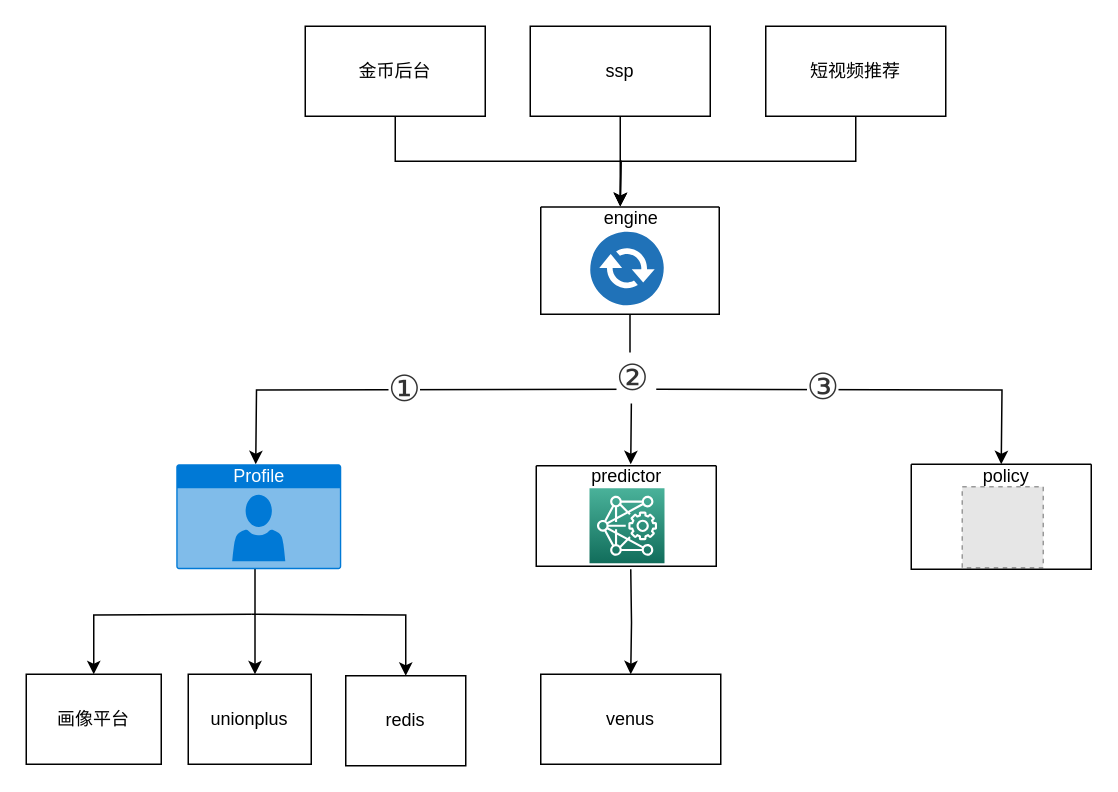
This is engineering/算法工程架构.drawio from gydong/graphs, a draw.io file, before an edit. Source tidied: cells renumbered, new cells numbered last; positions are measured from the earlier drawing's top-left corner, leaving out a move shared by most shapes. Both pictures are drawn from the tidied source at 150%, with x=0, y=0 at pixel (26, 26). Pictures stored in the file or linked from it are replaced by grey dashed boxes.
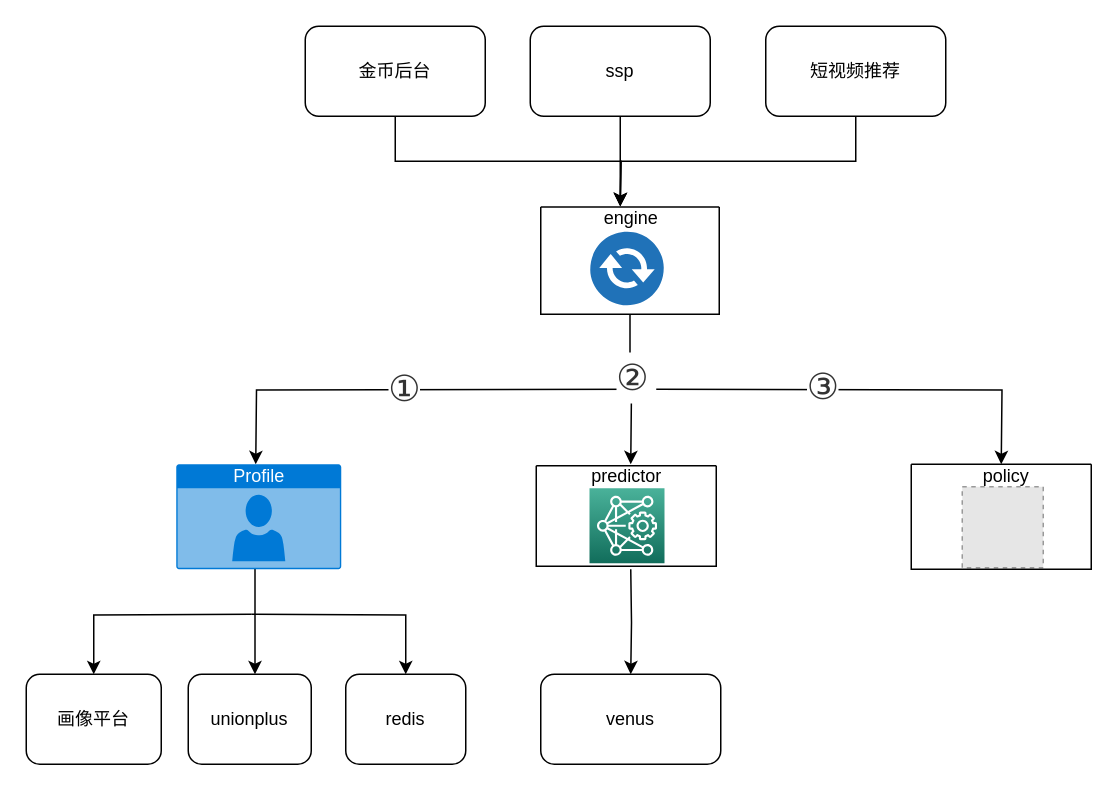
After the change.

The edit, as a diff of the source:
```diff
@@
-    <mxCell id="12" value="画像平台" style="rounded=0;whiteSpace=wrap;html=1;" parent="1" vertex="1">
+    <mxCell id="12" value="画像平台" style="rounded=1;whiteSpace=wrap;html=1;" parent="1" vertex="1">
       <mxGeometry y="432" width="90" height="60" as="geometry" />
     </mxCell>
-    <mxCell id="13" value="unionplus" style="rounded=0;whiteSpace=wrap;html=1;" parent="1" vertex="1">
+    <mxCell id="13" value="unionplus" style="rounded=1;whiteSpace=wrap;html=1;" parent="1" vertex="1">
       <mxGeometry x="108" y="432" width="82" height="60" as="geometry" />
     </mxCell>
-    <mxCell id="14" value="redis" style="rounded=0;whiteSpace=wrap;html=1;" parent="1" vertex="1">
-      <mxGeometry x="213" y="433" width="80" height="60" as="geometry" />
+    <mxCell id="14" value="redis" style="rounded=1;whiteSpace=wrap;html=1;" parent="1" vertex="1">
+      <mxGeometry x="213" y="432" width="80" height="60" as="geometry" />
     </mxCell>
@@
-    <mxCell id="16" value="金币后台" style="rounded=0;whiteSpace=wrap;html=1;" parent="1" vertex="1">
+    <mxCell id="16" value="金币后台" style="rounded=1;whiteSpace=wrap;html=1;" parent="1" vertex="1">
       <mxGeometry x="186" width="120" height="60" as="geometry" />
     </mxCell>
@@
-    <mxCell id="18" value="ssp" style="rounded=0;whiteSpace=wrap;html=1;" parent="1" vertex="1">
+    <mxCell id="18" value="ssp" style="rounded=1;whiteSpace=wrap;html=1;" parent="1" vertex="1">
       <mxGeometry x="336" width="120" height="60" as="geometry" />
     </mxCell>
@@
-    <mxCell id="20" value="短视频推荐" style="rounded=0;whiteSpace=wrap;html=1;" parent="1" vertex="1">
+    <mxCell id="20" value="短视频推荐" style="rounded=1;whiteSpace=wrap;html=1;" parent="1" vertex="1">
       <mxGeometry x="493" width="120" height="60" as="geometry" />
     </mxCell>
-    <mxCell id="21" value="venus" style="whiteSpace=wrap;html=1;rounded=0;" parent="1" vertex="1">
+    <mxCell id="21" value="venus" style="whiteSpace=wrap;html=1;rounded=1;" parent="1" vertex="1">
       <mxGeometry x="343" y="432" width="120" height="60" as="geometry" />
     </mxCell>
@@
-    <mxCell id="25" style="swimlane;startSize=0;" parent="1" vertex="1">
+    <mxCell id="25" style="swimlane;startSize=0;rounded=0;" parent="1" vertex="1">
       <mxGeometry x="343" y="120.5" width="119" height="71.5" as="geometry" />
     </mxCell>
```
